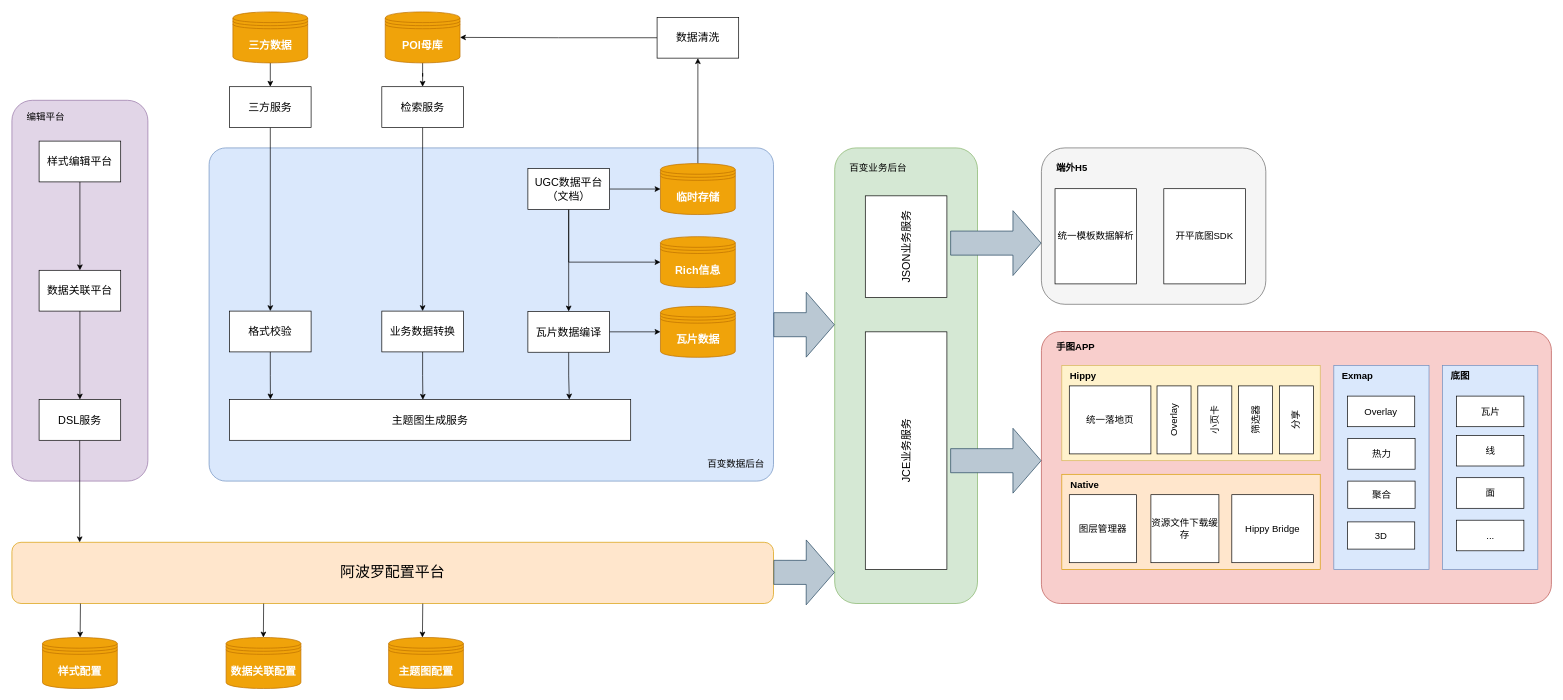
Earlier version of the draw.io diagram page "第 4 页" (4 of 4) of extrodianry-map.drawio (wangziji/graphics). Source tidied: cells renumbered, new cells numbered last; positions are measured from the earlier drawing's top-left corner, leaving out a move shared by most shapes. Both pictures are drawn from the tidied source at 68%, with x=0, y=0 at pixel (12, 12).
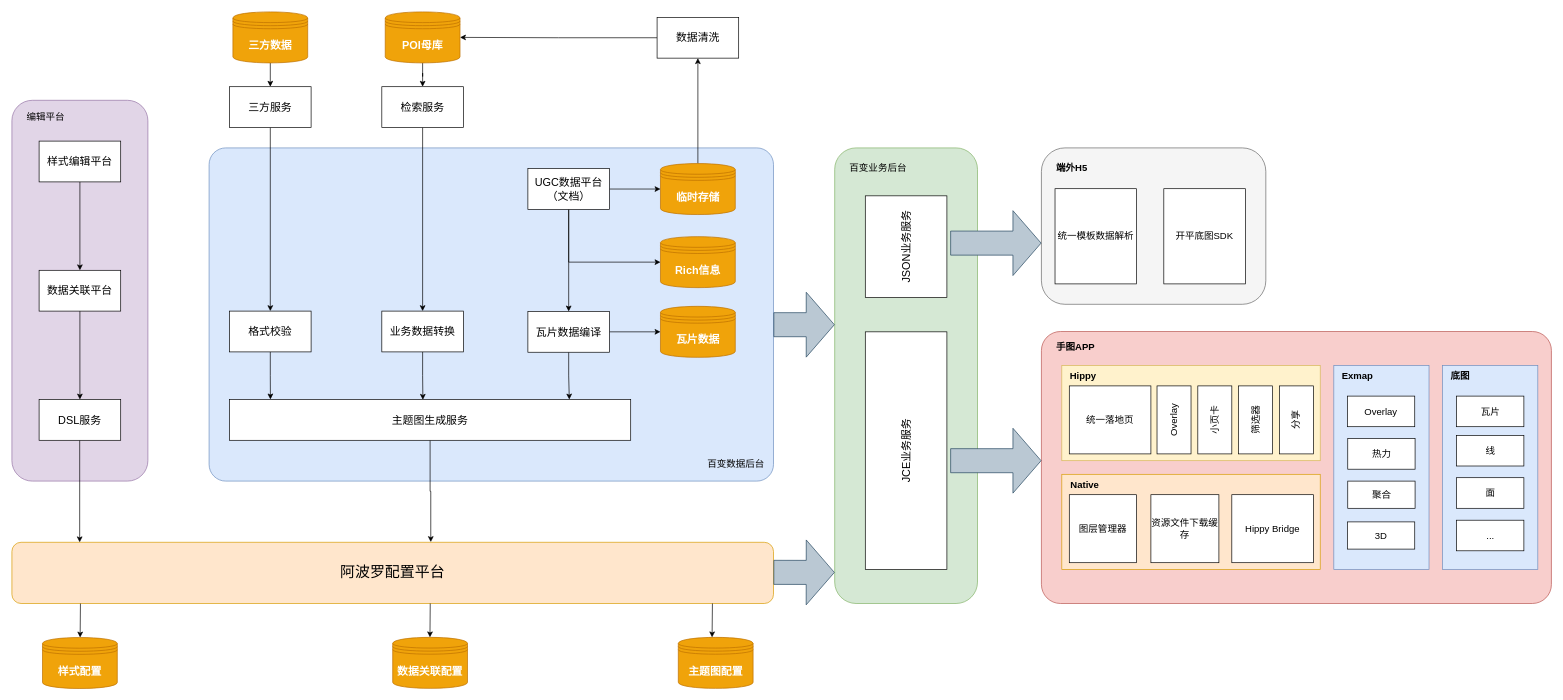
The same diagram, later.

Unchanged cells that the change refers to:
```xml
<mxCell id="3" value="&lt;font style=&quot;font-size: 22px;&quot;&gt;阿波罗配置平台&lt;/font&gt;" style="rounded=1;whiteSpace=wrap;html=1;fillColor=#ffe6cc;strokeColor=#d79b00;fontFamily=腾讯体 W7;" parent="1" vertex="1">
  <mxGeometry y="780" width="1120" height="90" as="geometry" />
</mxCell>
<mxCell id="29" value="主题图生成服务" style="rounded=0;whiteSpace=wrap;html=1;fontFamily=腾讯体 W7;fontSize=16;" parent="1" vertex="1">
  <mxGeometry x="320" y="570" width="590" height="60" as="geometry" />
</mxCell>
```

What changed in the source:
```diff
@@
+    <mxCell id="83" style="edgeStyle=orthogonalEdgeStyle;rounded=0;jettySize=auto;html=1;exitX=0.5;exitY=1;exitDx=0;exitDy=0;entryX=0.55;entryY=-0.004;entryDx=0;entryDy=0;entryPerimeter=0;" parent="1" edge="1" source="29" target="3">
+      <mxGeometry relative="1" as="geometry" />
+    </mxCell>
@@
     <mxCell id="31" value="&lt;b&gt;主题图配置&lt;/b&gt;" style="shape=datastore;whiteSpace=wrap;html=1;fillColor=#f0a30a;strokeColor=#BD7000;fontColor=#ffffff;fontSize=16;fontFamily=腾讯体 W7;" parent="1" vertex="1">
-      <mxGeometry x="554" y="920" width="110" height="75" as="geometry" />
+      <mxGeometry x="980" y="919.8" width="110" height="75" as="geometry" />
     </mxCell>
@@
     <mxCell id="45" value="&lt;b&gt;数据关联配置&lt;/b&gt;" style="shape=datastore;whiteSpace=wrap;html=1;fillColor=#f0a30a;strokeColor=#BD7000;fontColor=#ffffff;fontSize=16;fontFamily=腾讯体 W7;" parent="1" vertex="1">
-      <mxGeometry x="315" y="920" width="110" height="75" as="geometry" />
+      <mxGeometry x="560" y="919.8" width="110" height="75" as="geometry" />
     </mxCell>
@@
     <mxCell id="48" style="endArrow=classic;html=1;rounded=0;fontSize=22;exitX=0.09;exitY=1.002;exitDx=0;exitDy=0;exitPerimeter=0;fontFamily=腾讯体 W7;" parent="1" edge="1">
       <mxGeometry relative="1" as="geometry">
-        <mxPoint x="370.2" y="870.2" as="sourcePoint" />
-        <mxPoint x="369.8" y="920" as="targetPoint" />
+        <mxPoint x="615.2" y="870" as="sourcePoint" />
+        <mxPoint x="614.8" y="919.8" as="targetPoint" />
       </mxGeometry>
     </mxCell>
     <mxCell id="49" style="endArrow=classic;html=1;rounded=0;fontSize=22;exitX=0.09;exitY=1.002;exitDx=0;exitDy=0;exitPerimeter=0;fontFamily=腾讯体 W7;" parent="1" edge="1">
       <mxGeometry relative="1" as="geometry">
-        <mxPoint x="604.2" y="870.2" as="sourcePoint" />
-        <mxPoint x="603.7" y="920" as="targetPoint" />
+        <mxPoint x="1030.2" y="870" as="sourcePoint" />
+        <mxPoint x="1029.7" y="919.8" as="targetPoint" />
       </mxGeometry>
     </mxCell>
```
